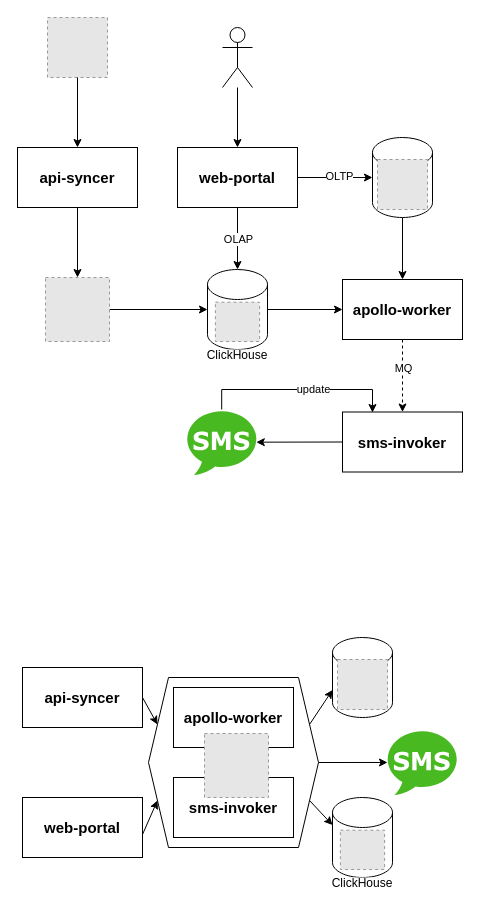
This is apollo.drawio from DouTiao-Tech/apollo-marketing, a draw.io file, before an edit. Source tidied: cells renumbered, new cells numbered last; positions are measured from the earlier drawing's top-left corner, leaving out a move shared by most shapes. Both pictures are drawn from the tidied source at 100%, with x=0, y=0 at pixel (17, 17). Pictures stored in the file or linked from it are replaced by grey dashed boxes.
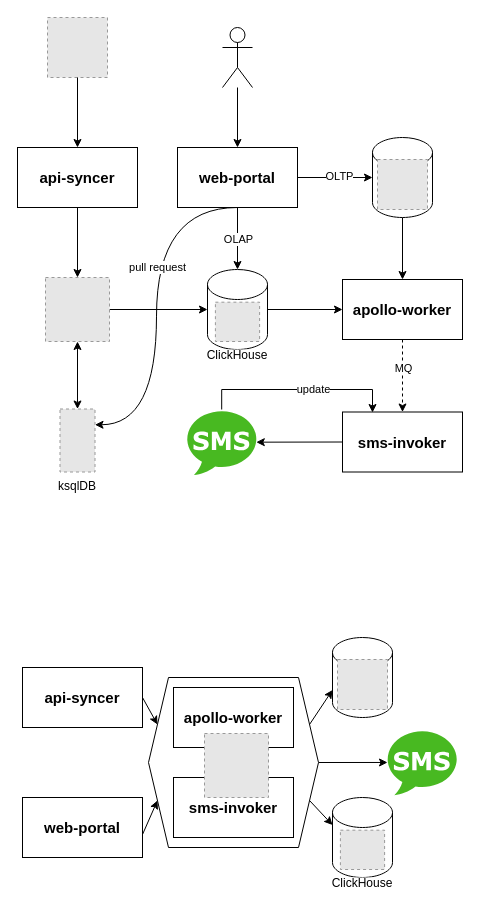
The same diagram, later.

Unchanged cells that the change refers to:
```xml
<mxCell id="9" style="fillColor=#E6E6E6;strokeColor=#999999;dashed=1;verticalLabelPosition=bottom;labelBackgroundColor=#ffffff;verticalAlign=top;" parent="1" vertex="1">
  <mxGeometry x="28" y="260" width="64" height="64" as="geometry" />
</mxCell>
<mxCell id="20" value="web-portal" style="rounded=0;whiteSpace=wrap;html=1;fontSize=15;fontStyle=1;" parent="1" vertex="1">
  <mxGeometry x="160" y="130" width="120" height="60" as="geometry" />
</mxCell>
```

Change to the diagram source:
```diff
@@
+    <mxCell id="45" style="edgeStyle=orthogonalEdgeStyle;rounded=0;jettySize=auto;html=1;startArrow=classic;startFill=1;" parent="1" edge="1" source="9" target="48">
+      <mxGeometry relative="1" as="geometry" />
+    </mxCell>
@@
+    <mxCell id="46" style="rounded=0;jettySize=auto;html=1;exitX=0.5;exitY=1;exitDx=0;exitDy=0;entryX=1;entryY=0.25;entryDx=0;entryDy=0;startArrow=none;startFill=0;edgeStyle=orthogonalEdgeStyle;curved=1;" parent="1" edge="1" source="20" target="48">
+      <mxGeometry relative="1" as="geometry">
+        <Array as="points">
+          <mxPoint x="139" y="190" />
+          <mxPoint x="139" y="407" />
+        </Array>
+      </mxGeometry>
+    </mxCell>
+    <mxCell id="47" value="pull request" style="edgeLabel;html=1;align=center;verticalAlign=middle;" parent="46" vertex="1">
+      <mxGeometry x="-0.36" y="16" relative="1" as="geometry">
+        <mxPoint x="-16" y="25" as="offset" />
+      </mxGeometry>
+    </mxCell>
@@
+    <mxCell id="48" value="ksqlDB" style="fillColor=#E6E6E6;strokeColor=#999999;dashed=1;verticalLabelPosition=bottom;labelBackgroundColor=#ffffff;verticalAlign=top;" parent="1" vertex="1">
+      <mxGeometry x="42.5" y="391.5" width="35" height="63" as="geometry" />
+    </mxCell>
```
